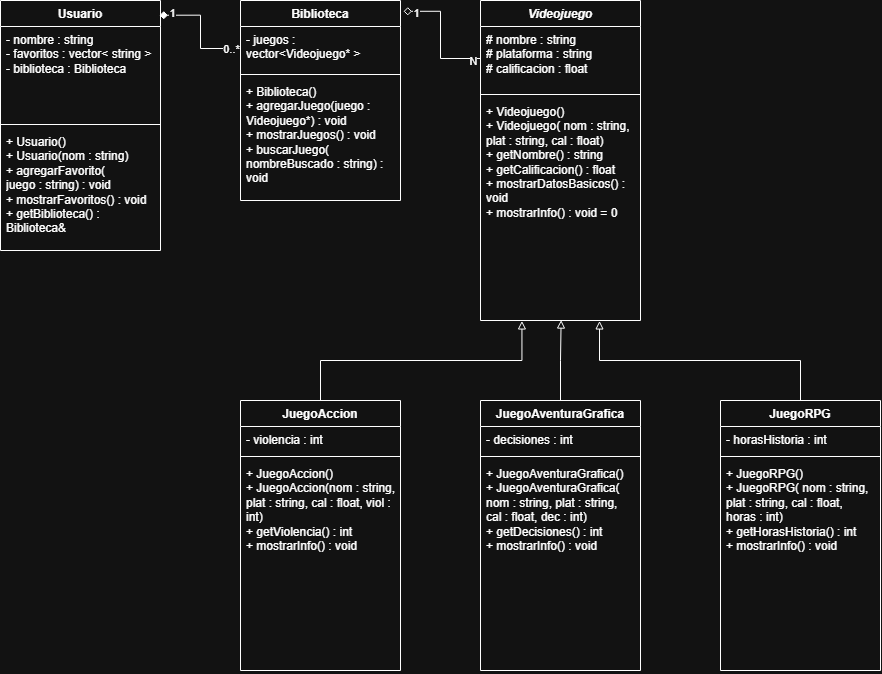
The draw.io diagram 2Proyecto.drawio.png in Nararj/2Proyecto-C-, before a commit. Source tidied: cells renumbered, new cells last; positions are measured from the earlier drawing's top-left corner, leaving out a move shared by most shapes.
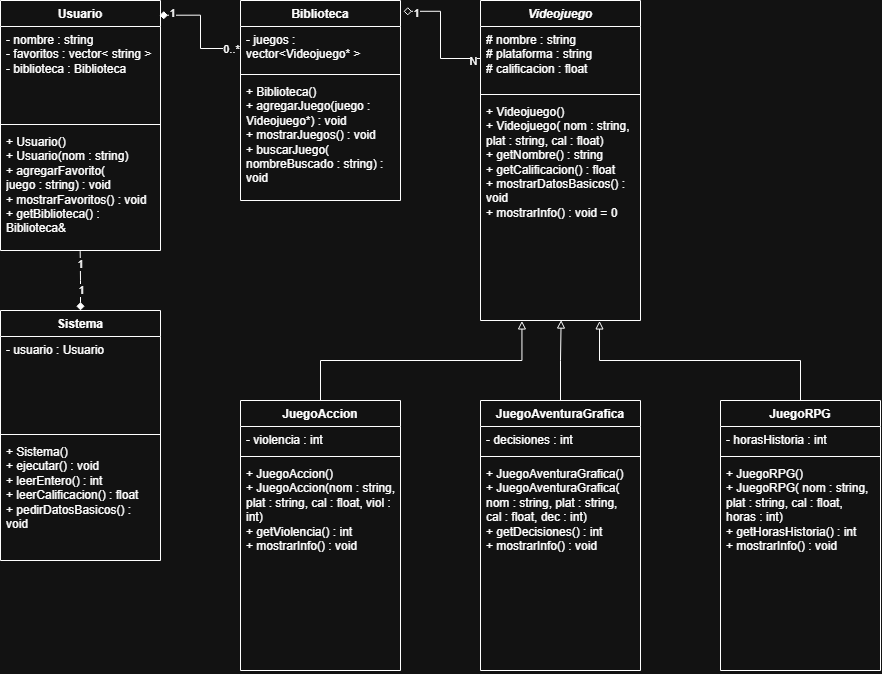
The same file after the commit.

What changed in the source:
```diff
@@ -103,5 +103,28 @@
         <mxPoint x="-1" as="offset" />
       </mxGeometry>
     </mxCell>
+    <mxCell id="35" value="Sistema" style="swimlane;fontStyle=1;align=center;verticalAlign=top;horizontal=1;startSize=26;whiteSpace=wrap;html=1;" parent="1" vertex="1">
+      <mxGeometry y="310" width="160" height="250" as="geometry" />
+    </mxCell>
+    <mxCell id="36" value="- usuario : Usuario" style="text;strokeColor=none;fillColor=none;align=left;verticalAlign=top;spacingLeft=4;spacingRight=4;overflow=hidden;whiteSpace=wrap;html=1;" parent="35" vertex="1">
+      <mxGeometry y="26" width="160" height="94" as="geometry" />
+    </mxCell>
+    <mxCell id="37" style="line;strokeWidth=1;fillColor=none;align=left;verticalAlign=middle;spacingTop=-1;spacingLeft=3;spacingRight=3;labelPosition=right;strokeColor=inherit;" parent="35" vertex="1">
+      <mxGeometry y="120" width="160" height="8" as="geometry" />
+    </mxCell>
+    <mxCell id="38" value="+ Sistema()&lt;br&gt;+ ejecutar() : void&lt;br&gt;+ leerEntero() : int&lt;br&gt;+ leerCalificacion() : float&lt;br&gt;+ pedirDatosBasicos() : void" style="text;strokeColor=none;fillColor=none;align=left;verticalAlign=top;spacingLeft=4;spacingRight=4;overflow=hidden;whiteSpace=wrap;html=1;" parent="35" vertex="1">
+      <mxGeometry y="128" width="160" height="122" as="geometry" />
+    </mxCell>
+    <mxCell id="39" style="edgeStyle=orthogonalEdgeStyle;rounded=0;jettySize=auto;html=1;entryX=0.498;entryY=1.005;entryDx=0;entryDy=0;entryPerimeter=0;endArrow=none;endFill=0;startArrow=diamond;startFill=1;" parent="1" edge="1" source="35" target="25">
+      <mxGeometry relative="1" as="geometry" />
+    </mxCell>
+    <mxCell id="40" value="1" style="edgeLabel;html=1;align=center;verticalAlign=middle;" parent="39" vertex="1">
+      <mxGeometry x="0.55" relative="1" as="geometry" />
+    </mxCell>
+    <mxCell id="41" value="1" style="edgeLabel;html=1;align=center;verticalAlign=middle;" parent="39" vertex="1">
+      <mxGeometry x="-0.62" relative="1" as="geometry">
+        <mxPoint y="-9" as="offset" />
+      </mxGeometry>
+    </mxCell>
   </root>
 </mxGraphModel>
```
